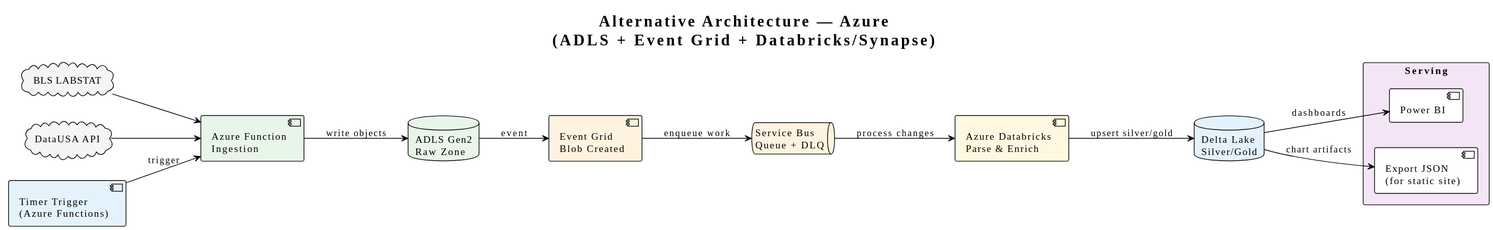
The PlantUML diagram site/diagrams/alt-azure.svg in TechR10n/fomc-agent, before a commit.
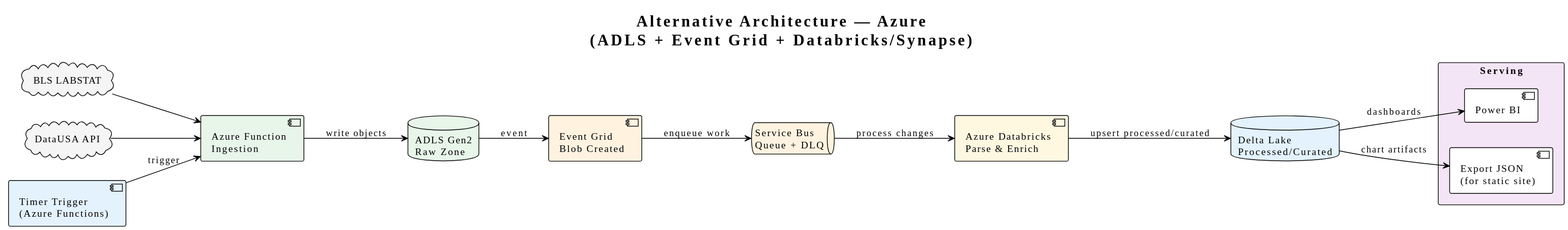
The same file after the commit.

The edit, as a diff of the source:
```diff
@@ -13,7 +13,7 @@
 component "Event Grid\nBlob Created" as EG #FFF3E0
 queue "Service Bus\nQueue + DLQ" as SB #FFF3E0
 component "Azure Databricks\nParse & Enrich" as DBX #FFF8E1
-database "Delta Lake\nSilver/Gold" as Delta #E3F2FD
+database "Delta Lake\nProcessed/Curated" as Delta #E3F2FD
 
 rectangle "Serving" as Serving #F3E5F5 {
   component "Power BI" as PBI
@@ -27,7 +27,7 @@
 Raw --> EG : event
 EG --> SB : enqueue work
 SB --> DBX : process changes
-DBX --> Delta : upsert silver/gold
+DBX --> Delta : upsert processed/curated
 Delta --> PBI : dashboards
 Delta --> Export : chart artifacts
 @enduml
```
